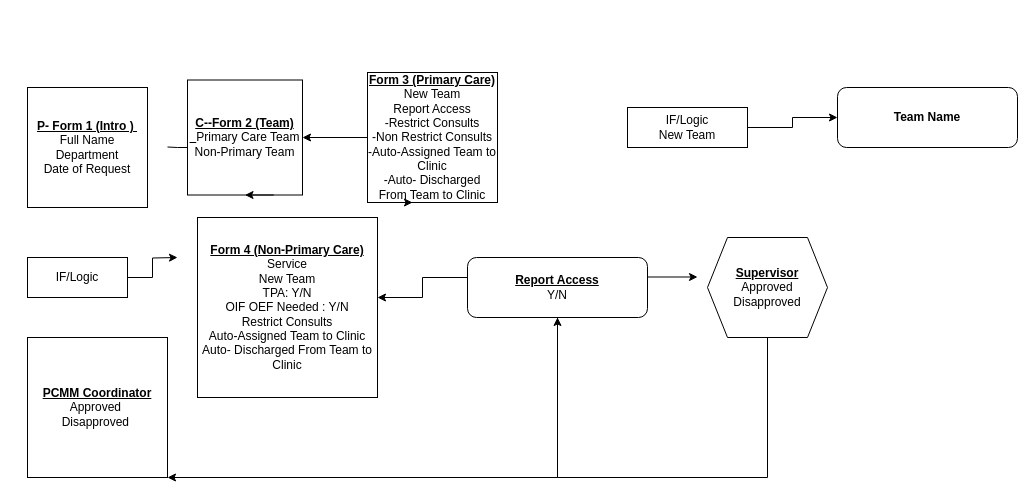
This is Copy of PCMM Basic LEAF DRAFT.drawio from Edward-Bailey1/PCMM, a draw.io file, before an edit. Source tidied: cells renumbered, new cells numbered last; positions are measured from the earlier drawing's top-left corner, leaving out a move shared by most shapes. Both pictures are drawn from the tidied source at 100%, with x=0, y=0 at pixel (27, 72).
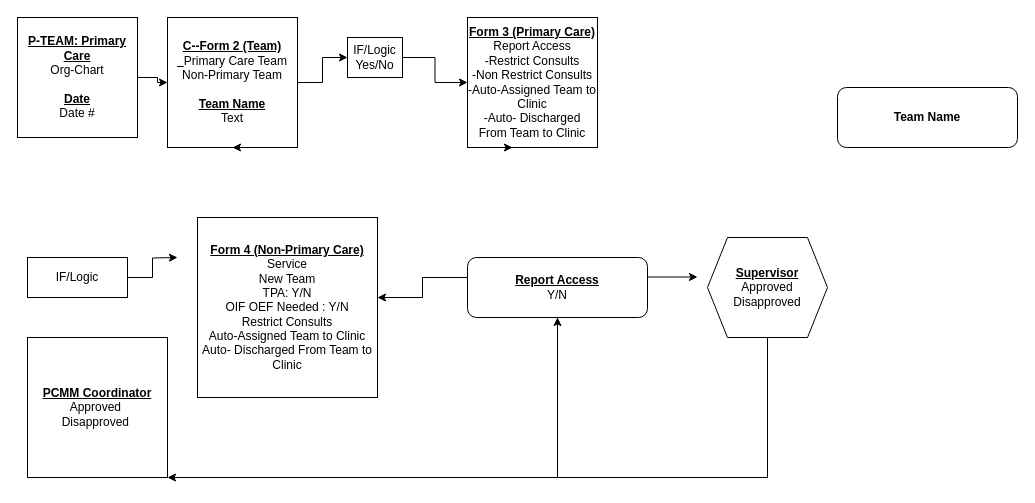
The same diagram, later.

The change refers to these unchanged cells:
```xml
<mxCell id="17" value="&lt;b&gt;Team Name&lt;/b&gt;" style="rounded=1;whiteSpace=wrap;html=1;" parent="1" vertex="1">
  <mxGeometry x="810" y="15" width="180" height="60" as="geometry" />
</mxCell>
```

Change to the diagram source:
```diff
@@
+    <mxCell id="22" style="edgeStyle=orthogonalEdgeStyle;rounded=0;jettySize=auto;html=1;" parent="1" edge="1" source="2" target="4">
+      <mxGeometry relative="1" as="geometry" />
+    </mxCell>
-    <mxCell id="2" value="&lt;b&gt;&lt;u&gt;P- Form 1 (Intro )&amp;nbsp;&lt;br&gt;&lt;/u&gt;&lt;/b&gt;Full Name&lt;br&gt;Department&lt;br&gt;Date of Request" style="whiteSpace=wrap;html=1;" parent="1" vertex="1">
-      <mxGeometry y="15" width="120" height="120" as="geometry" />
+    <mxCell id="2" value="&lt;u style=&quot;font-weight: bold;&quot;&gt;P-TEAM: Primary Care&lt;/u&gt;&lt;br&gt;Org-Chart&lt;br&gt;&lt;br&gt;&lt;b&gt;&lt;u&gt;Date&lt;br&gt;&lt;/u&gt;&lt;/b&gt;Date #" style="whiteSpace=wrap;html=1;" parent="1" vertex="1">
+      <mxGeometry x="-10" y="-55" width="120" height="120" as="geometry" />
     </mxCell>
-    <mxCell id="3" style="endArrow=classic;html=1;rounded=0;" parent="1" edge="1">
-      <mxGeometry relative="1" as="geometry">
-        <mxPoint x="140" y="74.5" as="sourcePoint" />
-        <mxPoint x="200" y="75" as="targetPoint" />
-        <Array as="points">
-          <mxPoint x="150" y="75" />
-        </Array>
-      </mxGeometry>
-    </mxCell>
+    <mxCell id="23" style="edgeStyle=orthogonalEdgeStyle;rounded=0;jettySize=auto;html=1;" parent="1" edge="1" source="4" target="19">
+      <mxGeometry relative="1" as="geometry" />
+    </mxCell>
-    <mxCell id="4" value="&lt;u style=&quot;font-weight: bold;&quot;&gt;C--Form 2 (Team)&lt;br&gt;&amp;nbsp;&amp;nbsp;&lt;/u&gt;Primary Care Team&lt;br&gt;Non-Primary Team" style="whiteSpace=wrap;html=1;" parent="1" vertex="1">
-      <mxGeometry x="160" y="7.5" width="115" height="115" as="geometry" />
+    <mxCell id="4" value="&lt;u style=&quot;font-weight: bold;&quot;&gt;C--Form 2 (Team)&lt;br&gt;&amp;nbsp;&amp;nbsp;&lt;/u&gt;Primary Care Team&lt;br&gt;Non-Primary Team&lt;br&gt;&lt;br&gt;&lt;b style=&quot;text-decoration-line: underline;&quot;&gt;Team Name&lt;/b&gt;&lt;br&gt;Text" style="whiteSpace=wrap;html=1;" parent="1" vertex="1">
+      <mxGeometry x="140" y="-55" width="130" height="130" as="geometry" />
     </mxCell>
-    <mxCell id="5" style="edgeStyle=orthogonalEdgeStyle;rounded=0;jettySize=auto;html=1;" parent="1" edge="1" source="6" target="4">
-      <mxGeometry relative="1" as="geometry" />
-    </mxCell>
-    <mxCell id="6" value="&lt;b style=&quot;text-decoration-line: underline;&quot;&gt;Form 3 (Primary Care)&lt;/b&gt;&lt;br&gt;New Team&lt;br&gt;Report Access&lt;br&gt;-Restrict Consults&lt;br&gt;-Non Restrict Consults&lt;br&gt;-Auto-Assigned Team to Clinic&lt;br&gt;-Auto- Discharged From Team to Clinic" style="whiteSpace=wrap;html=1;" parent="1" vertex="1">
-      <mxGeometry x="340" width="130" height="130" as="geometry" />
+    <mxCell id="6" value="&lt;b style=&quot;text-decoration-line: underline;&quot;&gt;Form 3 (Primary Care)&lt;/b&gt;&lt;br&gt;Report Access&lt;br&gt;-Restrict Consults&lt;br&gt;-Non Restrict Consults&lt;br&gt;-Auto-Assigned Team to Clinic&lt;br&gt;-Auto- Discharged From Team to Clinic" style="whiteSpace=wrap;html=1;" parent="1" vertex="1">
+      <mxGeometry x="440" y="-55" width="130" height="130" as="geometry" />
     </mxCell>
@@
-    <mxCell id="18" style="edgeStyle=orthogonalEdgeStyle;rounded=0;jettySize=auto;html=1;" parent="1" edge="1" source="19" target="17">
-      <mxGeometry relative="1" as="geometry" />
-    </mxCell>
+    <mxCell id="24" style="edgeStyle=orthogonalEdgeStyle;rounded=0;jettySize=auto;html=1;" parent="1" edge="1" source="19" target="6">
+      <mxGeometry relative="1" as="geometry" />
+    </mxCell>
-    <mxCell id="19" value="IF/Logic &lt;br&gt;New Team" style="rounded=0;whiteSpace=wrap;html=1;" parent="1" vertex="1">
-      <mxGeometry x="600" y="35" width="120" height="40" as="geometry" />
+    <mxCell id="19" value="IF/Logic &lt;br&gt;Yes/No" style="rounded=0;whiteSpace=wrap;html=1;" parent="1" vertex="1">
+      <mxGeometry x="320" y="-35" width="55" height="40" as="geometry" />
     </mxCell>
```
